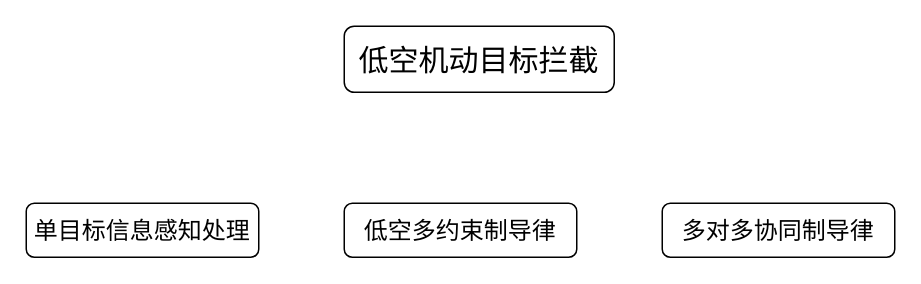
Above: 低空拦截.drawio in master-fency/plot (draw.io), before the change. Source tidied: cells renumbered, new cells numbered last; positions are measured from the earlier drawing's top-left corner, leaving out a move shared by most shapes. Both pictures are drawn from the tidied source at 150%, with x=0, y=0 at pixel (26, 26).
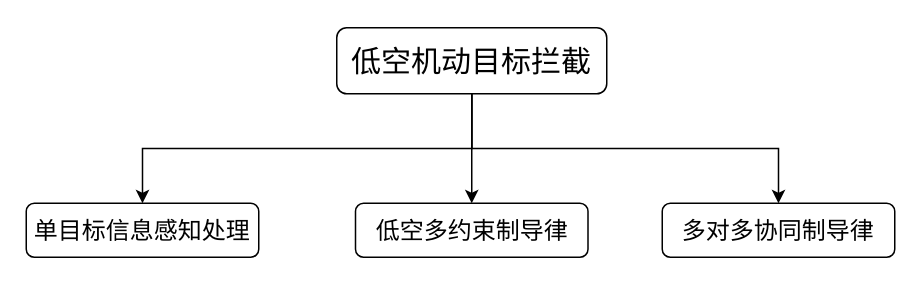
The same page after the edit.

Commit message (it also covers changes not shown here):
更新低空拦截.drawio

What changed in the source:
```diff
@@
 <mxGraphModel>
   <root>
     <mxCell id="0" />
     <mxCell id="1" parent="0" />
+    <mxCell id="6" style="edgeStyle=orthogonalEdgeStyle;rounded=0;jettySize=auto;html=1;exitX=0.5;exitY=1;exitDx=0;exitDy=0;entryX=0.5;entryY=0;entryDx=0;entryDy=0;fontFamily=Helvetica;fontSize=12;fontColor=default;" parent="1" edge="1" source="2" target="4">
+      <mxGeometry relative="1" as="geometry" />
+    </mxCell>
+    <mxCell id="7" style="edgeStyle=orthogonalEdgeStyle;rounded=0;jettySize=auto;html=1;exitX=0.5;exitY=1;exitDx=0;exitDy=0;entryX=0.5;entryY=0;entryDx=0;entryDy=0;fontFamily=Helvetica;fontSize=12;fontColor=default;" parent="1" edge="1" source="2" target="5">
+      <mxGeometry relative="1" as="geometry" />
+    </mxCell>
+    <mxCell id="8" style="edgeStyle=orthogonalEdgeStyle;rounded=0;jettySize=auto;html=1;exitX=0.5;exitY=1;exitDx=0;exitDy=0;entryX=0.5;entryY=0;entryDx=0;entryDy=0;fontFamily=Helvetica;fontSize=12;fontColor=default;" parent="1" edge="1" source="2" target="3">
+      <mxGeometry x="0.14" relative="1" as="geometry" />
+    </mxCell>
     <mxCell id="2" value="&lt;font style=&quot;font-size: 20px;&quot; face=&quot;Times New Roman&quot;&gt;低空机动目标拦截&lt;/font&gt;" style="rounded=1;whiteSpace=wrap;html=1;roundedPerimeter=1;fontFamily=Times New Roman;" parent="1" vertex="1">
-      <mxGeometry x="212" width="180" height="44" as="geometry" />
+      <mxGeometry x="207" y="1" width="180" height="44" as="geometry" />
     </mxCell>
     <mxCell id="3" value="&lt;font style=&quot;font-size: 16px;&quot; face=&quot;Times New Roman&quot;&gt;单目标信息感知处理&lt;/font&gt;" style="rounded=1;whiteSpace=wrap;html=1;roundedPerimeter=1;fontFamily=Times New Roman;" parent="1" vertex="1">
       <mxGeometry y="118" width="155" height="36" as="geometry" />
     </mxCell>
     <mxCell id="4" value="&lt;font style=&quot;font-size: 16px;&quot; face=&quot;Times New Roman&quot;&gt;低空多约束制导律&lt;/font&gt;" style="rounded=1;whiteSpace=wrap;html=1;roundedPerimeter=1;fontFamily=Times New Roman;" parent="1" vertex="1">
-      <mxGeometry x="212" y="118" width="155" height="36" as="geometry" />
+      <mxGeometry x="219.5" y="118" width="155" height="36" as="geometry" />
     </mxCell>
     <mxCell id="5" value="&lt;font style=&quot;font-size: 16px;&quot; face=&quot;Times New Roman&quot;&gt;多对多协同制导律&lt;/font&gt;" style="rounded=1;whiteSpace=wrap;html=1;roundedPerimeter=1;fontFamily=Times New Roman;" parent="1" vertex="1">
       <mxGeometry x="424" y="118" width="155" height="36" as="geometry" />
     </mxCell>
   </root>
 </mxGraphModel>
```
